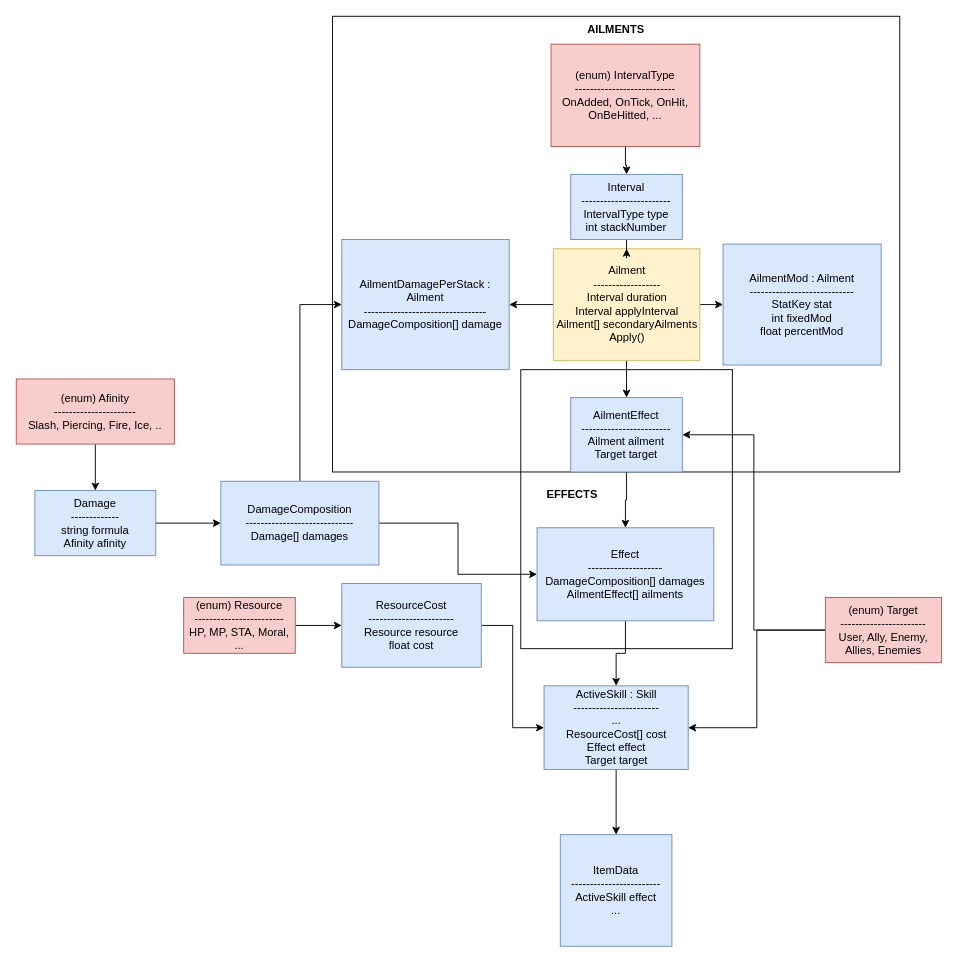
Earlier version of the draw.io diagram page "Inventory.Items" (1 of 5) of workflows/Inventory,Skills & Effects.drawio (moretech1402/Unity-Scripts). Source tidied: cells renumbered, new cells numbered last; positions are measured from the earlier drawing's top-left corner, leaving out a move shared by most shapes. Both pictures are drawn from the tidied source at 93%, with x=0, y=0 at pixel (16, 16).
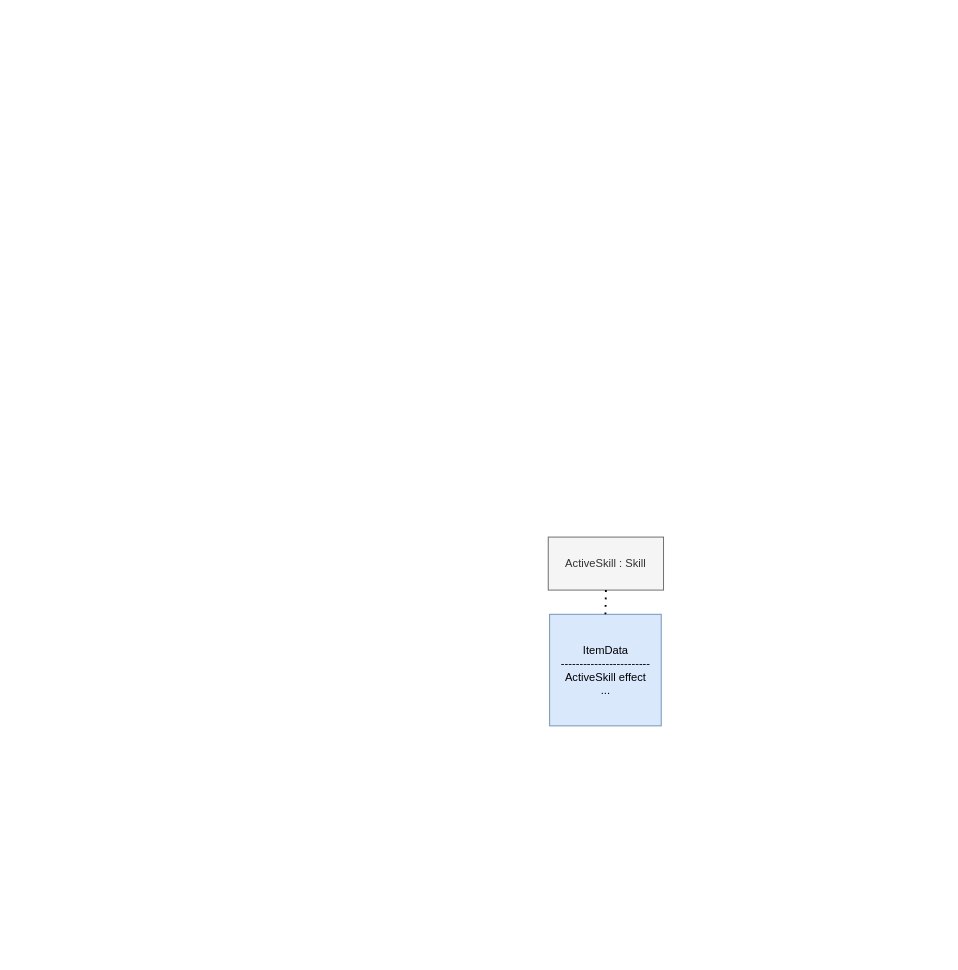
The same page after the edit.

Commit message:
REFACTOR : separated namespaces in concept

Change to the diagram source:
```diff
@@
-    <mxCell id="2" style="whiteSpace=wrap;html=1;fillColor=none;horizontal=1;verticalAlign=middle;" parent="1" vertex="1">
-      <mxGeometry x="542.5" y="380" width="227.5" height="300" as="geometry" />
-    </mxCell>
-    <mxCell id="3" value="&lt;b&gt;AILMENTS&lt;/b&gt;" style="whiteSpace=wrap;html=1;fillColor=none;horizontal=1;verticalAlign=top;" parent="1" vertex="1">
-      <mxGeometry x="340" width="610" height="490" as="geometry" />
-    </mxCell>
     <mxCell id="4" value="ItemData&lt;div&gt;------------------------&lt;/div&gt;&lt;div&gt;ActiveSkill effect&lt;/div&gt;&lt;div&gt;...&lt;/div&gt;" style="whiteSpace=wrap;html=1;fillColor=#dae8fc;strokeColor=#6c8ebf;" parent="1" vertex="1">
-      <mxGeometry x="585" y="880" width="120" height="120" as="geometry" />
+      <mxGeometry x="573.5" y="643" width="120" height="120" as="geometry" />
     </mxCell>
-    <mxCell id="5" style="edgeStyle=orthogonalEdgeStyle;rounded=0;jettySize=auto;html=1;entryX=0.5;entryY=0;entryDx=0;entryDy=0;" parent="1" edge="1" source="6" target="10">
-      <mxGeometry relative="1" as="geometry" />
-    </mxCell>
-    <mxCell id="6" value="Effect&lt;div&gt;--------------------&lt;/div&gt;&lt;div&gt;DamageComposition[] damages&lt;/div&gt;&lt;div&gt;AilmentEffect[] ailments&lt;/div&gt;" style="rounded=0;whiteSpace=wrap;html=1;fillColor=#dae8fc;strokeColor=#6c8ebf;" parent="1" vertex="1">
-      <mxGeometry x="560" y="550" width="190" height="100" as="geometry" />
-    </mxCell>
-    <mxCell id="7" style="edgeStyle=orthogonalEdgeStyle;rounded=0;jettySize=auto;html=1;entryX=0.5;entryY=0;entryDx=0;entryDy=0;" parent="1" edge="1" source="8" target="6">
-      <mxGeometry relative="1" as="geometry" />
-    </mxCell>
-    <mxCell id="8" value="AilmentEffect&lt;div&gt;------------------------&lt;/div&gt;&lt;div&gt;Ailment ailment&lt;/div&gt;&lt;div&gt;Target target&lt;/div&gt;" style="rounded=0;whiteSpace=wrap;html=1;fillColor=#dae8fc;strokeColor=#6c8ebf;" parent="1" vertex="1">
-      <mxGeometry x="596.2" y="410" width="120" height="80" as="geometry" />
-    </mxCell>
-    <mxCell id="9" style="edgeStyle=orthogonalEdgeStyle;rounded=0;jettySize=auto;html=1;entryX=0.5;entryY=0;entryDx=0;entryDy=0;" parent="1" edge="1" source="10" target="4">
-      <mxGeometry relative="1" as="geometry" />
-    </mxCell>
-    <mxCell id="10" value="ActiveSkill : Skill&lt;div&gt;-----------------------&lt;/div&gt;&lt;div&gt;...&lt;/div&gt;&lt;div&gt;ResourceCost[] cost&lt;/div&gt;&lt;div&gt;Effect effect&lt;/div&gt;&lt;div&gt;Target target&lt;/div&gt;" style="rounded=0;whiteSpace=wrap;html=1;fillColor=#dae8fc;strokeColor=#6c8ebf;" parent="1" vertex="1">
-      <mxGeometry x="567.5" y="720" width="155" height="90" as="geometry" />
+    <mxCell id="10" value="ActiveSkill : Skill" style="rounded=0;whiteSpace=wrap;html=1;fillColor=#f5f5f5;strokeColor=#666666;fontColor=#333333;" parent="1" vertex="1">
+      <mxGeometry x="572" y="560" width="124" height="57" as="geometry" />
     </mxCell>
-    <mxCell id="11" style="edgeStyle=orthogonalEdgeStyle;rounded=0;jettySize=auto;html=1;entryX=0;entryY=0.5;entryDx=0;entryDy=0;" parent="1" edge="1" source="12" target="10">
-      <mxGeometry relative="1" as="geometry" />
-    </mxCell>
-    <mxCell id="12" value="ResourceCost&lt;div&gt;-----------------------&lt;/div&gt;&lt;div&gt;Resource resource&lt;/div&gt;&lt;div&gt;float cost&lt;/div&gt;" style="rounded=0;whiteSpace=wrap;html=1;fillColor=#dae8fc;strokeColor=#6c8ebf;" parent="1" vertex="1">
-      <mxGeometry x="350" y="610" width="150" height="90" as="geometry" />
-    </mxCell>
-    <mxCell id="13" style="edgeStyle=orthogonalEdgeStyle;rounded=0;jettySize=auto;html=1;entryX=0;entryY=0.5;entryDx=0;entryDy=0;" parent="1" edge="1" source="14" target="12">
-      <mxGeometry relative="1" as="geometry" />
-    </mxCell>
-    <mxCell id="14" value="(enum) Resource&lt;div&gt;------------------------&lt;/div&gt;&lt;div&gt;HP, MP, STA, Moral, ...&lt;/div&gt;" style="rounded=0;whiteSpace=wrap;html=1;fillColor=#f8cecc;strokeColor=#b85450;" parent="1" vertex="1">
-      <mxGeometry x="180" y="625" width="120" height="60" as="geometry" />
-    </mxCell>
-    <mxCell id="15" style="edgeStyle=orthogonalEdgeStyle;rounded=0;jettySize=auto;html=1;entryX=1;entryY=0.5;entryDx=0;entryDy=0;" parent="1" edge="1" source="17" target="10">
-      <mxGeometry relative="1" as="geometry" />
-    </mxCell>
-    <mxCell id="16" style="edgeStyle=orthogonalEdgeStyle;rounded=0;jettySize=auto;html=1;exitX=0;exitY=0.5;exitDx=0;exitDy=0;entryX=1;entryY=0.5;entryDx=0;entryDy=0;" parent="1" edge="1" source="17" target="8">
-      <mxGeometry relative="1" as="geometry" />
-    </mxCell>
-    <mxCell id="17" value="(enum) Target&lt;div&gt;-----------------------&lt;/div&gt;&lt;div&gt;User, Ally, Enemy, Allies, Enemies&lt;/div&gt;" style="rounded=0;whiteSpace=wrap;html=1;fillColor=#f8cecc;strokeColor=#b85450;" parent="1" vertex="1">
-      <mxGeometry x="870" y="625" width="125" height="70" as="geometry" />
-    </mxCell>
-    <mxCell id="18" style="edgeStyle=none;rounded=0;jettySize=auto;html=1;entryX=0.5;entryY=0;entryDx=0;entryDy=0;" parent="1" edge="1" source="21" target="8">
-      <mxGeometry relative="1" as="geometry" />
-    </mxCell>
-    <mxCell id="19" style="edgeStyle=orthogonalEdgeStyle;rounded=0;jettySize=auto;html=1;entryX=1;entryY=0.5;entryDx=0;entryDy=0;" parent="1" edge="1" source="21" target="26">
-      <mxGeometry relative="1" as="geometry" />
-    </mxCell>
-    <mxCell id="20" style="edgeStyle=orthogonalEdgeStyle;rounded=0;jettySize=auto;html=1;exitX=1;exitY=0.5;exitDx=0;exitDy=0;entryX=0;entryY=0.5;entryDx=0;entryDy=0;" parent="1" edge="1" source="21" target="27">
-      <mxGeometry relative="1" as="geometry" />
-    </mxCell>
-    <mxCell id="21" value="Ailment&lt;div&gt;------------------&lt;/div&gt;&lt;div&gt;Interval duration&lt;/div&gt;&lt;div&gt;Interval applyInterval&lt;/div&gt;&lt;div&gt;Ailment[] secondaryAilments&lt;/div&gt;&lt;div&gt;Apply()&lt;/div&gt;" style="rounded=0;whiteSpace=wrap;html=1;fillColor=#fff2cc;strokeColor=#d6b656;" parent="1" vertex="1">
-      <mxGeometry x="577.5" y="250" width="157.5" height="120" as="geometry" />
-    </mxCell>
-    <mxCell id="22" style="edgeStyle=orthogonalEdgeStyle;rounded=0;jettySize=auto;html=1;entryX=0.5;entryY=0;entryDx=0;entryDy=0;" parent="1" edge="1" source="23" target="25">
-      <mxGeometry relative="1" as="geometry" />
-    </mxCell>
-    <mxCell id="23" value="(enum) IntervalType&lt;div&gt;---------------------------&lt;/div&gt;&lt;div&gt;OnAdded, OnTick, OnHit, OnBeHitted, ...&lt;/div&gt;" style="rounded=0;whiteSpace=wrap;html=1;fillColor=#f8cecc;strokeColor=#b85450;" parent="1" vertex="1">
-      <mxGeometry x="575" y="30" width="160" height="110" as="geometry" />
-    </mxCell>
-    <mxCell id="24" style="edgeStyle=orthogonalEdgeStyle;rounded=0;jettySize=auto;html=1;entryX=0.5;entryY=0;entryDx=0;entryDy=0;" parent="1" edge="1" source="25" target="21">
-      <mxGeometry relative="1" as="geometry" />
-    </mxCell>
-    <mxCell id="25" value="Interval&lt;div&gt;------------------------&lt;/div&gt;&lt;div&gt;IntervalType type&lt;/div&gt;&lt;div&gt;int stackNumber&lt;/div&gt;" style="rounded=0;whiteSpace=wrap;html=1;fillColor=#dae8fc;strokeColor=#6c8ebf;" parent="1" vertex="1">
-      <mxGeometry x="596.2" y="170" width="120" height="70" as="geometry" />
-    </mxCell>
-    <mxCell id="26" value="AilmentDamagePerStack : Ailment&lt;div&gt;---------------------------------&lt;/div&gt;&lt;div&gt;DamageComposition[] damage&lt;/div&gt;" style="rounded=0;whiteSpace=wrap;html=1;fillColor=#dae8fc;strokeColor=#6c8ebf;" parent="1" vertex="1">
-      <mxGeometry x="350" y="240" width="180" height="140" as="geometry" />
-    </mxCell>
-    <mxCell id="27" value="AilmentMod : Ailment&lt;div&gt;----------------------------&lt;/div&gt;&lt;div&gt;StatKey stat&lt;/div&gt;&lt;div&gt;int fixedMod&lt;/div&gt;&lt;div&gt;float percentMod&lt;/div&gt;" style="rounded=0;whiteSpace=wrap;html=1;fillColor=#dae8fc;strokeColor=#6c8ebf;" parent="1" vertex="1">
-      <mxGeometry x="760" y="245" width="170" height="130" as="geometry" />
-    </mxCell>
@@
-    <mxCell id="29" value="&lt;b&gt;EFFECTS&lt;/b&gt;" style="text;strokeColor=none;align=center;fillColor=none;html=1;verticalAlign=middle;whiteSpace=wrap;rounded=0;rotation=0;direction=east;flipV=1;flipH=1;" parent="1" vertex="1">
-      <mxGeometry x="567.5" y="500" width="60" height="30" as="geometry" />
-    </mxCell>
-    <mxCell id="30" style="edgeStyle=orthogonalEdgeStyle;rounded=0;jettySize=auto;html=1;entryX=0.5;entryY=0;entryDx=0;entryDy=0;" parent="1" edge="1" source="31" target="33">
-      <mxGeometry relative="1" as="geometry" />
-    </mxCell>
-    <mxCell id="31" value="(enum) Afinity&lt;div&gt;----------------------&lt;/div&gt;&lt;div&gt;Slash, Piercing, Fire, Ice, ..&lt;/div&gt;" style="rounded=0;whiteSpace=wrap;html=1;fillColor=#f8cecc;strokeColor=#b85450;" parent="1" vertex="1">
-      <mxGeometry y="390" width="170" height="70" as="geometry" />
-    </mxCell>
-    <mxCell id="32" style="edgeStyle=orthogonalEdgeStyle;rounded=0;jettySize=auto;html=1;entryX=0;entryY=0.5;entryDx=0;entryDy=0;" parent="1" edge="1" source="33" target="36">
-      <mxGeometry relative="1" as="geometry" />
-    </mxCell>
-    <mxCell id="33" value="Damage&lt;div&gt;-------------&lt;/div&gt;&lt;div&gt;string formula&lt;/div&gt;&lt;div&gt;Afinity afinity&lt;/div&gt;" style="rounded=0;whiteSpace=wrap;html=1;fillColor=#dae8fc;strokeColor=#6c8ebf;" parent="1" vertex="1">
-      <mxGeometry x="20" y="510" width="130" height="70" as="geometry" />
-    </mxCell>
-    <mxCell id="34" style="edgeStyle=orthogonalEdgeStyle;rounded=0;jettySize=auto;html=1;entryX=0;entryY=0.5;entryDx=0;entryDy=0;" parent="1" edge="1" source="36" target="26">
-      <mxGeometry relative="1" as="geometry" />
-    </mxCell>
-    <mxCell id="35" style="edgeStyle=orthogonalEdgeStyle;rounded=0;jettySize=auto;html=1;entryX=0;entryY=0.5;entryDx=0;entryDy=0;" parent="1" edge="1" source="36" target="6">
-      <mxGeometry relative="1" as="geometry" />
-    </mxCell>
-    <mxCell id="36" value="DamageComposition&lt;div&gt;-----------------------------&lt;/div&gt;&lt;div&gt;Damage[] damages&lt;/div&gt;" style="rounded=0;whiteSpace=wrap;html=1;fillColor=#dae8fc;strokeColor=#6c8ebf;" parent="1" vertex="1">
-      <mxGeometry x="220" y="500" width="170" height="90" as="geometry" />
-    </mxCell>
+    <mxCell id="37" style="endArrow=none;dashed=1;html=1;dashPattern=1 3;strokeWidth=2;rounded=0;exitX=0.5;exitY=0;exitDx=0;exitDy=0;entryX=0.5;entryY=1;entryDx=0;entryDy=0;" parent="1" edge="1" source="4" target="10">
+      <mxGeometry relative="1" as="geometry" />
+    </mxCell>
```
